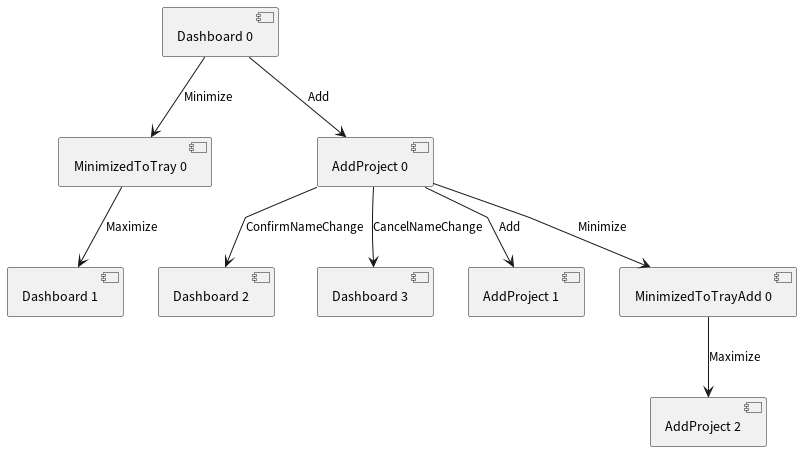
Before: assignments/4_model_based_testing/transition_trees/transition_tree_1.png, a diagram exported from PlantUML (JoaoCostaIFG/tvvs).
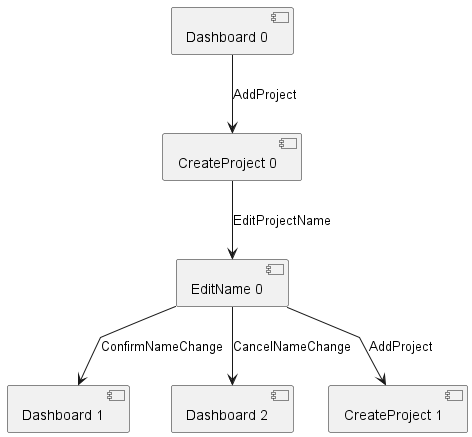
After the commit.

Commit message:
Updated use case transition tree

Diff of the diagram source:
```diff
@@ -1,16 +1,12 @@
 @startuml
 skinparam linetype polyline
 
-[Dashboard 0] -d-> [MinimizedToTray 0] : Minimize
-[Dashboard 0] -d-> [AddProject 0] : Add
+[Dashboard 0] -d-> [CreateProject 0] : AddProject
 
-[MinimizedToTray 0] -d-> [Dashboard 1] : Maximize
+[CreateProject 0] -d-> [EditName 0] : EditProjectName
 
-[AddProject 0] -d-> [Dashboard 2] : ConfirmNameChange
-[AddProject 0] -d-> [Dashboard 3] : CancelNameChange
-[AddProject 0] -d-> [AddProject 1] : Add
-[AddProject 0] -d-> [MinimizedToTrayAdd 0] : Minimize
-
-[MinimizedToTrayAdd 0] -d-> [AddProject 2] : Maximize
+[EditName 0] -d-> [Dashboard 1] : ConfirmNameChange
+[EditName 0] -d-> [Dashboard 2] : CancelNameChange
+[EditName 0] -d-> [CreateProject 1] : AddProject
 
 @enduml
```
